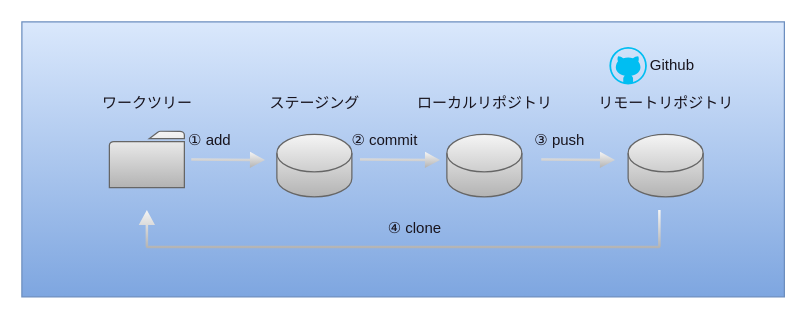
Above: images/git_image_ope_upload.drawio in syuuta0714/zenn-connect (draw.io), before the change. Source tidied: cells renumbered, new cells numbered last; positions are measured from the earlier drawing's top-left corner, leaving out a move shared by most shapes. Both pictures are drawn from the tidied source at 125%, with x=0, y=0 at pixel (21, 21).
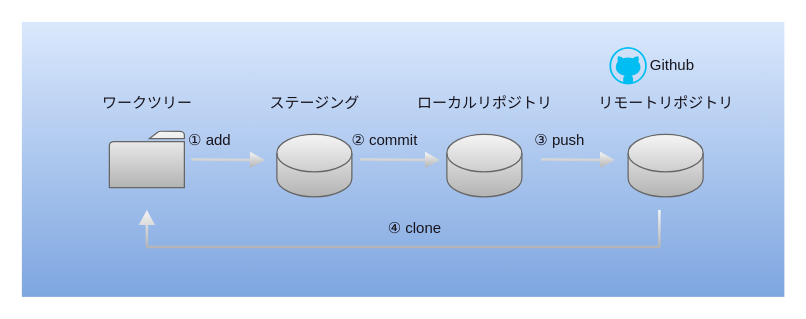
The same page after the edit.

The edit, as a diff of the source:
```diff
@@
-    <mxCell id="2" style="rounded=0;whiteSpace=wrap;html=1;fillColor=#dae8fc;strokeColor=#6c8ebf;gradientColor=#7ea6e0;" parent="1" vertex="1">
+    <mxCell id="2" style="rounded=0;whiteSpace=wrap;html=1;fillColor=#dae8fc;strokeColor=none;gradientColor=#7ea6e0;" parent="1" vertex="1">
       <mxGeometry width="610" height="220" as="geometry" />
     </mxCell>
```
